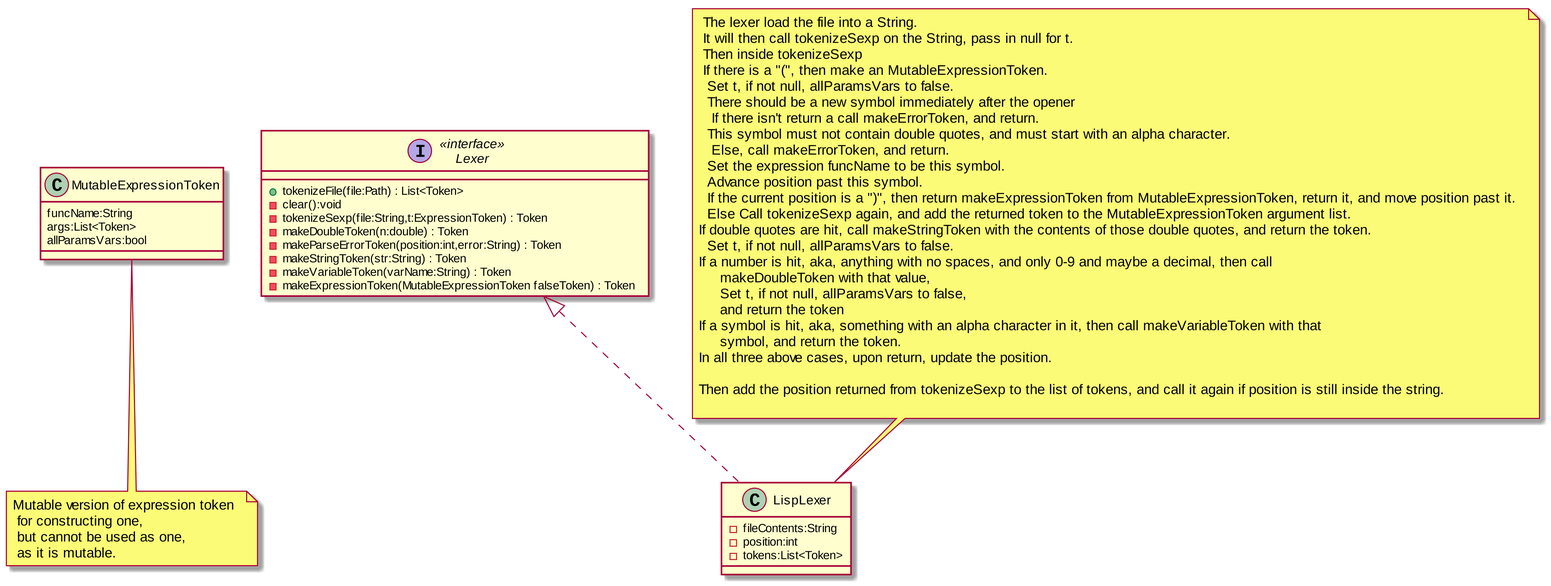
This is Structure/LexerUML.png from MatthewBregg/DesignPatternsRepo, a PlantUML export, as it was before one commit.
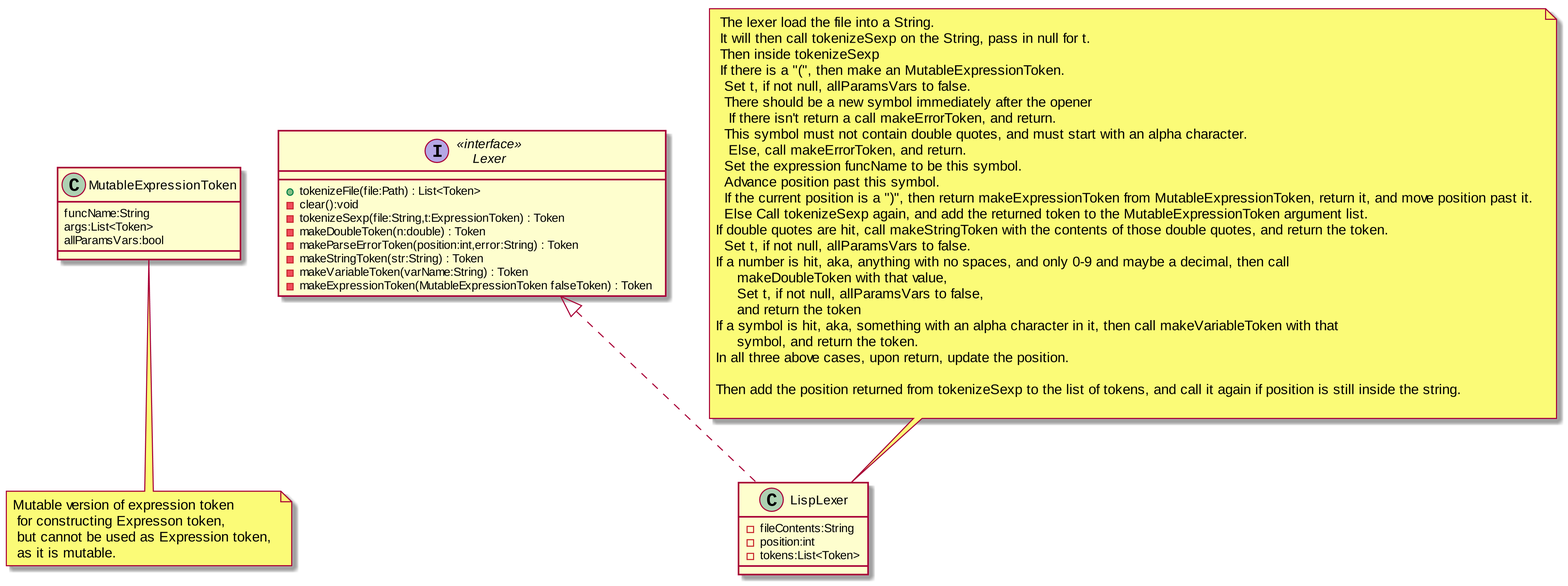
After the change.

Commit message:
Updated lexer driver script evaluator

Change to the diagram source:
```diff
@@ -6,7 +6,7 @@
 MutableExpressionToken : funcName:String
 MutableExpressionToken : args:List<Token>
 MutableExpressionToken : allParamsVars:bool
-note bottom : Mutable version of expression token \n for constructing one, \n but cannot be used as one, \n as it is mutable.
+note bottom : Mutable version of expression token \n for constructing Expresson token, \n but cannot be used as Expression token, \n as it is mutable.
 
 interface Lexer<<interface>>
 Lexer : +tokenizeFile(file:Path) : List<Token>
```
